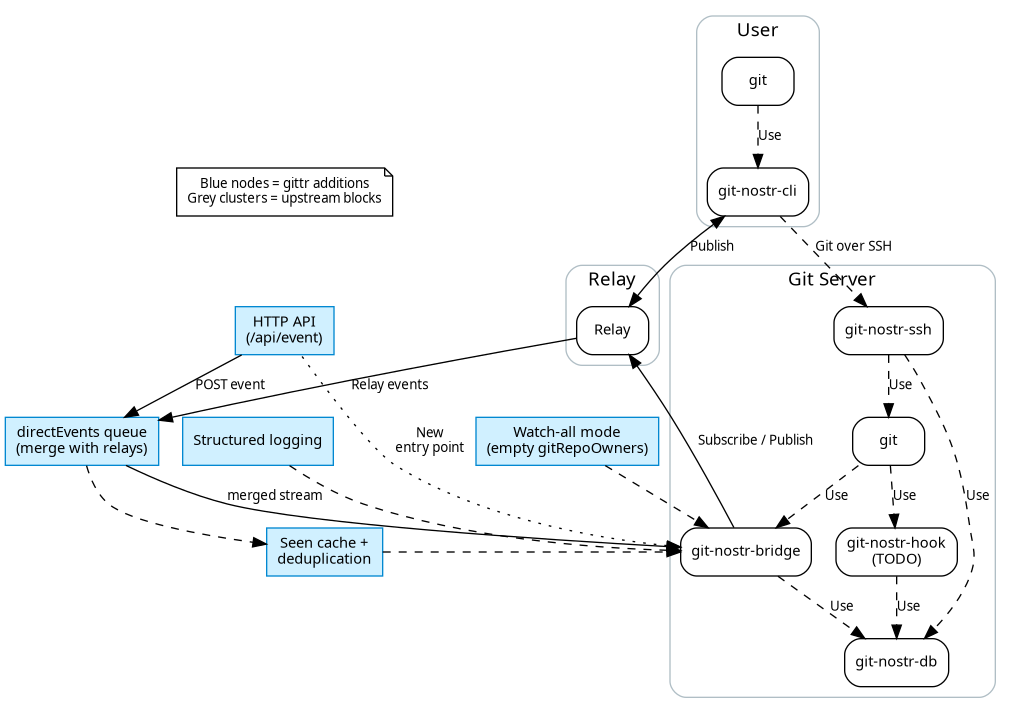
The Graphviz diagram docs/gittr-enhancements.png in arbadacarbaYK/gitnostr, before a commit. Its source is kept beside it as docs/gittr-enhancements.dot.
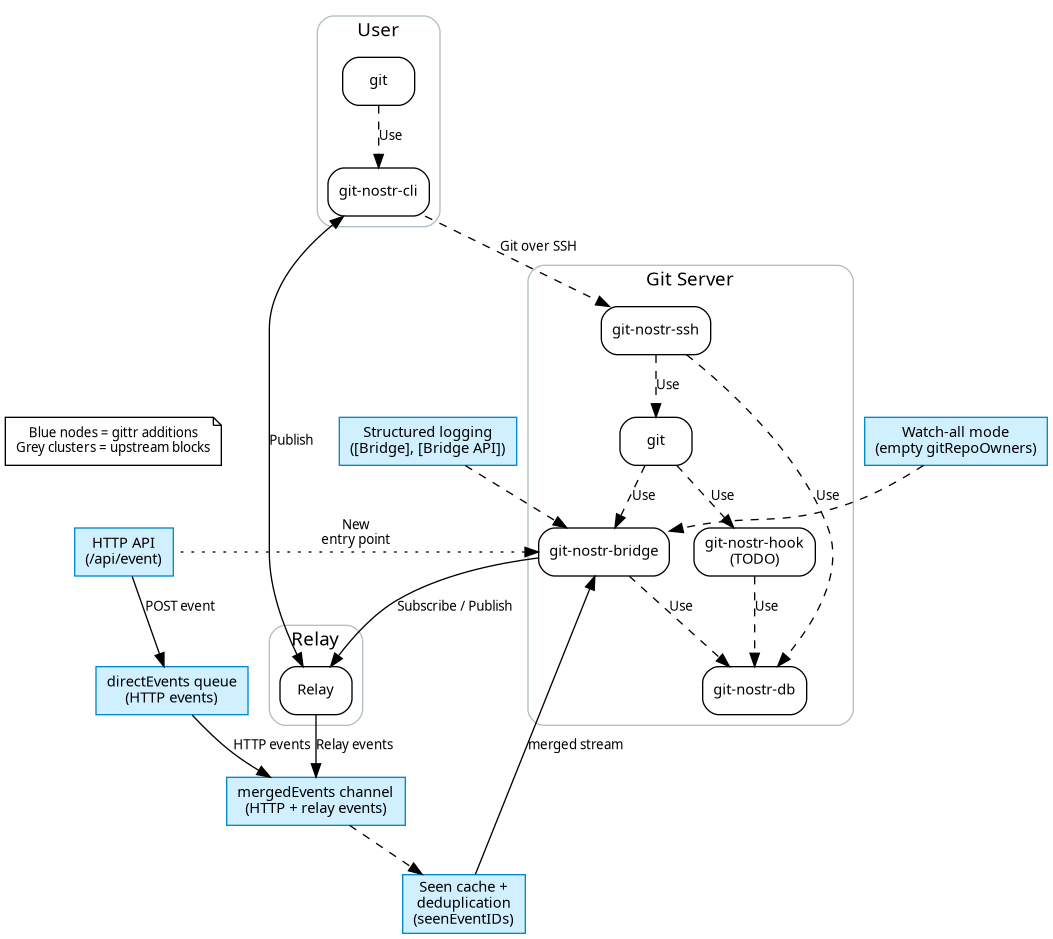
The same file after the commit.

Commit message:
Improve bridge enhancements diagram clarity

- Add mergedEvents channel to show complete event flow
- Clarify deduplication uses seenEventIDs map
- Add structured logging details
- Update documentation to match implementation

What changed in the source:
```diff
@@ -43,17 +43,18 @@
   cli -> ssh [style=dashed, label="Git over SSH"];
 
   http_api [label="HTTP API\n(/api/event)", shape=box, style="filled", fillcolor="#d0f0ff", color="#0288d1"];
-  direct_chan [label="directEvents queue\n(merge with relays)", shape=box, style="filled", fillcolor="#d0f0ff", color="#0288d1"];
-  dedupe [label="Seen cache +\ndeduplication", shape=box, style="filled", fillcolor="#d0f0ff", color="#0288d1"];
+  direct_chan [label="directEvents queue\n(HTTP events)", shape=box, style="filled", fillcolor="#d0f0ff", color="#0288d1"];
+  merged_chan [label="mergedEvents channel\n(HTTP + relay events)", shape=box, style="filled", fillcolor="#d0f0ff", color="#0288d1"];
+  dedupe [label="Seen cache +\ndeduplication\n(seenEventIDs)", shape=box, style="filled", fillcolor="#d0f0ff", color="#0288d1"];
   watchall [label="Watch-all mode\n(empty gitRepoOwners)", shape=box, style="filled", fillcolor="#d0f0ff", color="#0288d1"];
-  logging [label="Structured logging", shape=box, style="filled", fillcolor="#d0f0ff", color="#0288d1"];
+  logging [label="Structured logging\n([Bridge], [Bridge API])", shape=box, style="filled", fillcolor="#d0f0ff", color="#0288d1"];
 
   bridge -> http_api [style=dotted, dir=back, label="New\nentry point"];
   http_api -> direct_chan [label="POST event"];
-  relay -> direct_chan [label="Relay events"];
-  direct_chan -> bridge [label="merged stream"];
-  direct_chan -> dedupe [style=dashed];
-  dedupe -> bridge [style=dashed];
+  relay -> merged_chan [label="Relay events"];
+  direct_chan -> merged_chan [label="HTTP events"];
+  merged_chan -> dedupe [style=dashed];
+  dedupe -> bridge [label="merged stream"];
   watchall -> bridge [style=dashed];
   logging -> bridge [style=dashed];
 
```
